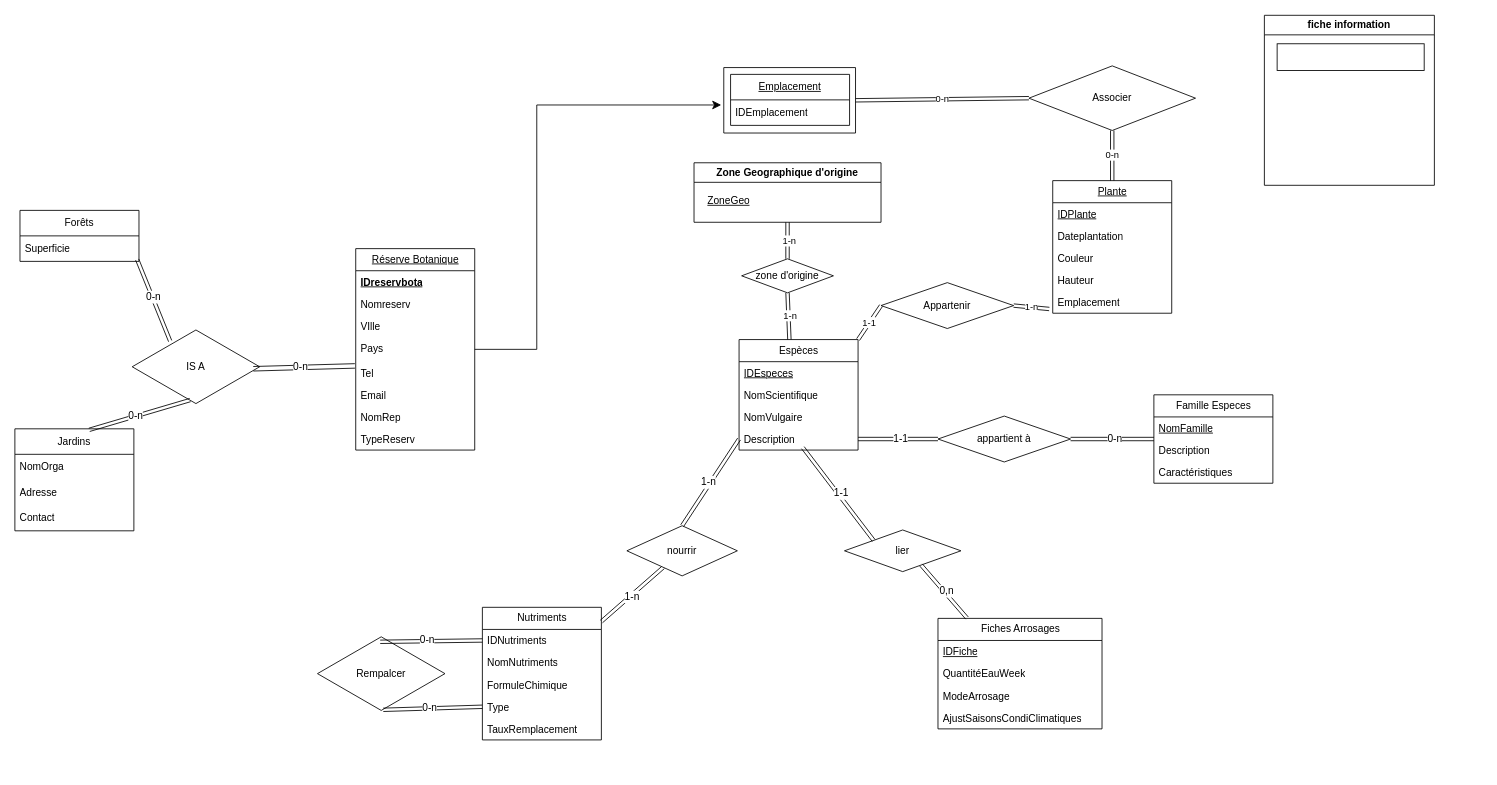
The draw.io diagram SAE3/Untitled Diagram.drawio in korasrar/Work, before the edit. Source tidied: cells renumbered, new cells numbered last; positions are measured from the earlier drawing's top-left corner, leaving out a move shared by most shapes. Both pictures are drawn from the tidied source at 85%, with x=0, y=0 at pixel (14, 14).
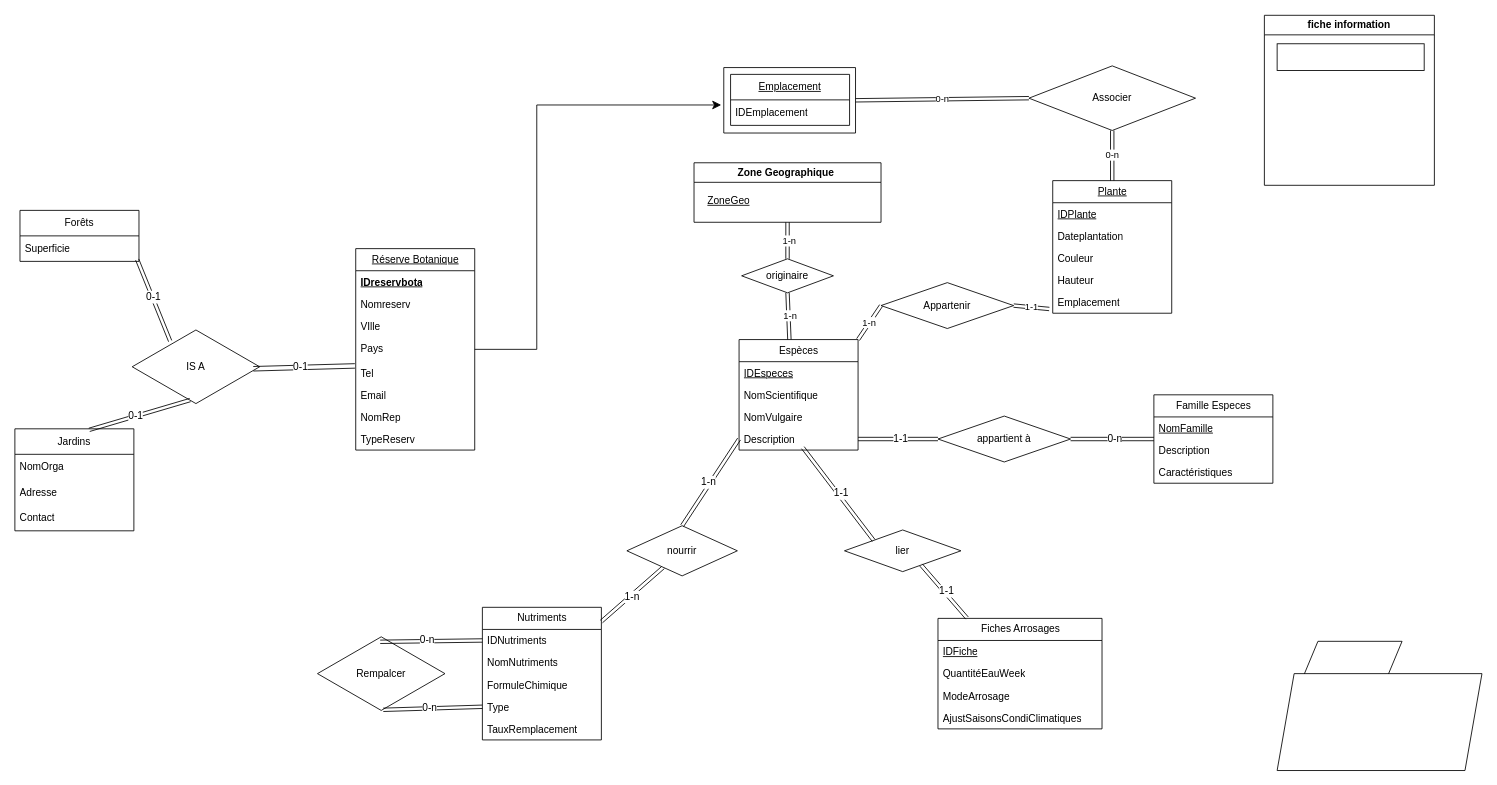
The same page after the edit.

Commit message:
Mettre à jour Untitled Diagram.drawio

Unchanged cells that the change refers to:
```xml
<mxCell id="16" value="Emplacement" style="text;strokeColor=none;fillColor=none;align=left;verticalAlign=top;spacingLeft=4;spacingRight=4;overflow=hidden;points=[[0,0.5],[1,0.5]];portConstraint=eastwest;whiteSpace=wrap;html=1;" parent="11" vertex="1">
  <mxGeometry y="130" width="140" height="26" as="geometry" />
</mxCell>
<mxCell id="17" value="Espèces" style="swimlane;fontStyle=0;horizontal=1;startSize=26;fillColor=none;html=1;" parent="1" vertex="1">
  <mxGeometry x="852" y="382" width="140" height="130" as="geometry" />
</mxCell>
<mxCell id="39" value="Appartenir" style="rhombus;whiteSpace=wrap;html=1;" parent="1" vertex="1">
  <mxGeometry x="1019" y="315" width="156" height="54" as="geometry" />
</mxCell>
<mxCell id="46" style="shape=link;html=1;rounded=0;fontSize=12;startSize=8;endSize=8;curved=1;exitX=0.658;exitY=0.841;exitDx=0;exitDy=0;exitPerimeter=0;entryX=0.177;entryY=-0.003;entryDx=0;entryDy=0;entryPerimeter=0;" parent="1" edge="1" source="45" target="26">
  <mxGeometry relative="1" as="geometry" />
</mxCell>
<mxCell id="58" style="shape=link;html=1;rounded=0;fontSize=12;startSize=8;endSize=8;curved=1;entryX=0.298;entryY=0.164;entryDx=0;entryDy=0;exitX=0.985;exitY=0.929;exitDx=0;exitDy=0;exitPerimeter=0;entryPerimeter=0;" parent="1" edge="1" source="52" target="57">
  <mxGeometry relative="1" as="geometry" />
</mxCell>
<mxCell id="60" style="shape=link;html=1;rounded=0;fontSize=12;startSize=8;endSize=8;curved=1;entryX=0.455;entryY=0.935;entryDx=0;entryDy=0;exitX=0.625;exitY=0.01;exitDx=0;exitDy=0;exitPerimeter=0;entryPerimeter=0;" parent="1" edge="1" source="53" target="57">
  <mxGeometry relative="1" as="geometry" />
</mxCell>
<mxCell id="62" style="shape=link;html=1;rounded=0;fontSize=12;startSize=8;endSize=8;curved=1;width=-5.294117647058823;exitX=0.95;exitY=0.526;exitDx=0;exitDy=0;exitPerimeter=0;entryX=-0.007;entryY=0.192;entryDx=0;entryDy=0;entryPerimeter=0;" parent="1" edge="1" source="57" target="7">
  <mxGeometry relative="1" as="geometry" />
</mxCell>
```

Change to the diagram source:
```diff
@@
-    <mxCell id="47" value="0,n" style="edgeLabel;html=1;align=center;verticalAlign=middle;fontSize=12;" parent="46" vertex="1">
+    <mxCell id="47" value="1-1" style="edgeLabel;html=1;align=center;verticalAlign=middle;fontSize=12;" parent="46" vertex="1">
       <mxGeometry x="0.01" y="3" relative="1" as="geometry" />
     </mxCell>
@@
-    <mxCell id="59" value="0-n" style="edgeLabel;html=1;align=center;verticalAlign=middle;fontSize=12;" parent="58" vertex="1">
+    <mxCell id="59" value="0-1" style="edgeLabel;html=1;align=center;verticalAlign=middle;fontSize=12;" parent="58" vertex="1">
       <mxGeometry x="-0.08" y="1" relative="1" as="geometry" />
     </mxCell>
@@
-    <mxCell id="61" value="0-n" style="edgeLabel;html=1;align=center;verticalAlign=middle;fontSize=12;" parent="60" vertex="1">
+    <mxCell id="61" value="0-1" style="edgeLabel;html=1;align=center;verticalAlign=middle;fontSize=12;" parent="60" vertex="1">
       <mxGeometry x="-0.08" y="1" relative="1" as="geometry" />
     </mxCell>
@@
-    <mxCell id="63" value="0-n" style="edgeLabel;html=1;align=center;verticalAlign=middle;fontSize=12;" parent="62" vertex="1">
+    <mxCell id="63" value="0-1" style="edgeLabel;html=1;align=center;verticalAlign=middle;fontSize=12;" parent="62" vertex="1">
       <mxGeometry x="-0.08" y="1" relative="1" as="geometry" />
     </mxCell>
@@
-    <mxCell id="74" value="Zone Geographique d'origine" style="swimlane;whiteSpace=wrap;html=1;" parent="1" vertex="1">
+    <mxCell id="74" value="Zone Geographique&amp;nbsp;" style="swimlane;whiteSpace=wrap;html=1;" parent="1" vertex="1">
       <mxGeometry x="799" y="174" width="220" height="70" as="geometry" />
     </mxCell>
@@
-    <mxCell id="84" value="zone d'origine" style="rhombus;whiteSpace=wrap;html=1;" parent="1" vertex="1">
+    <mxCell id="84" value="originaire" style="rhombus;whiteSpace=wrap;html=1;" parent="1" vertex="1">
       <mxGeometry x="855" y="287" width="108" height="40" as="geometry" />
     </mxCell>
@@
-    <mxCell id="89" value="1-n" style="shape=link;html=1;entryX=1;entryY=0.5;entryDx=0;entryDy=0;exitX=-0.029;exitY=0.808;exitDx=0;exitDy=0;exitPerimeter=0;" parent="1" edge="1" source="16" target="39">
+    <mxCell id="89" value="1-1" style="shape=link;html=1;entryX=1;entryY=0.5;entryDx=0;entryDy=0;exitX=-0.029;exitY=0.808;exitDx=0;exitDy=0;exitPerimeter=0;" parent="1" edge="1" source="16" target="39">
       <mxGeometry relative="1" as="geometry" />
     </mxCell>
-    <mxCell id="90" value="1-1" style="shape=link;html=1;entryX=0;entryY=0.5;entryDx=0;entryDy=0;exitX=1;exitY=0;exitDx=0;exitDy=0;" parent="1" edge="1" source="17" target="39">
-      <mxGeometry relative="1" as="geometry" />
+    <mxCell id="90" value="1-n" style="shape=link;html=1;entryX=0;entryY=0.5;entryDx=0;entryDy=0;exitX=1;exitY=0;exitDx=0;exitDy=0;" parent="1" edge="1" source="17" target="39">
+      <mxGeometry x="0.01" relative="1" as="geometry" />
     </mxCell>
+    <mxCell id="91" style="shape=parallelogram;perimeter=parallelogramPerimeter;whiteSpace=wrap;html=1;fixedSize=1;" parent="1" vertex="1">
+      <mxGeometry x="1513" y="737" width="119" height="48" as="geometry" />
+    </mxCell>
+    <mxCell id="92" style="shape=parallelogram;perimeter=parallelogramPerimeter;whiteSpace=wrap;html=1;fixedSize=1;" parent="1" vertex="1">
+      <mxGeometry x="1485" y="775" width="241" height="114" as="geometry" />
+    </mxCell>
```
